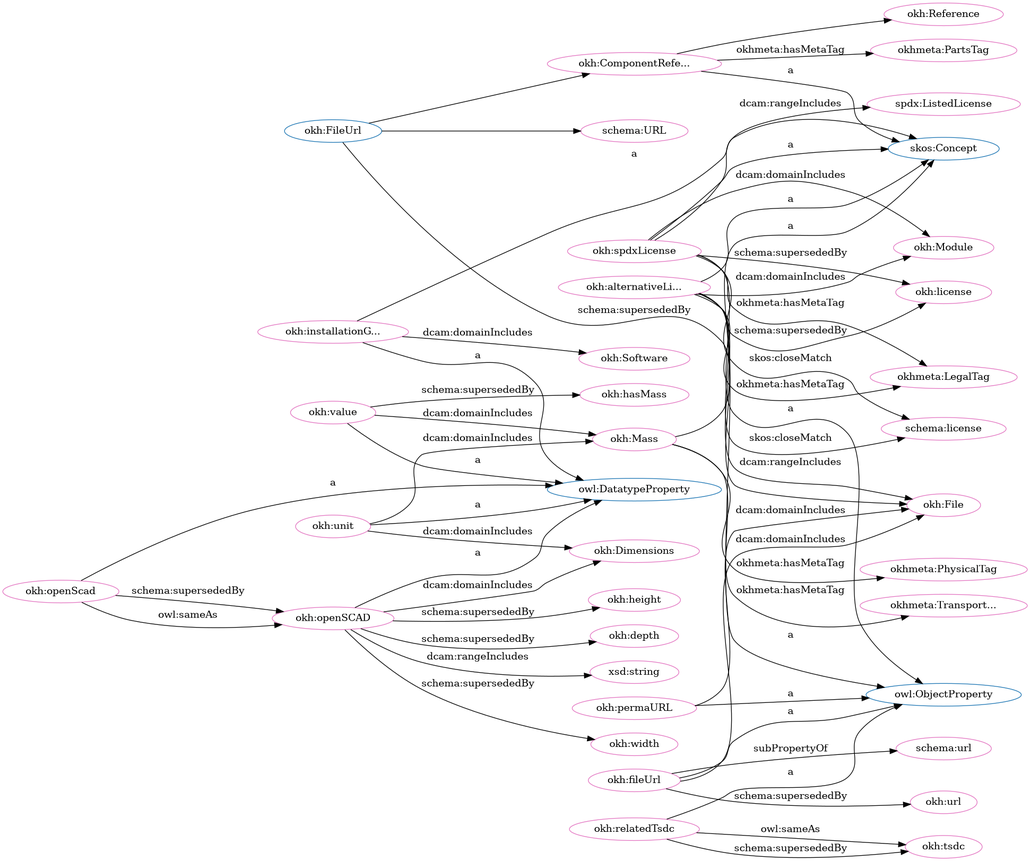
Above: src/spec/dot_okh_deprecated.png in iop-alliance/OpenKnowHow (Graphviz), before the change. Its source is kept beside it as src/spec/dot_okh_deprecated.dot.
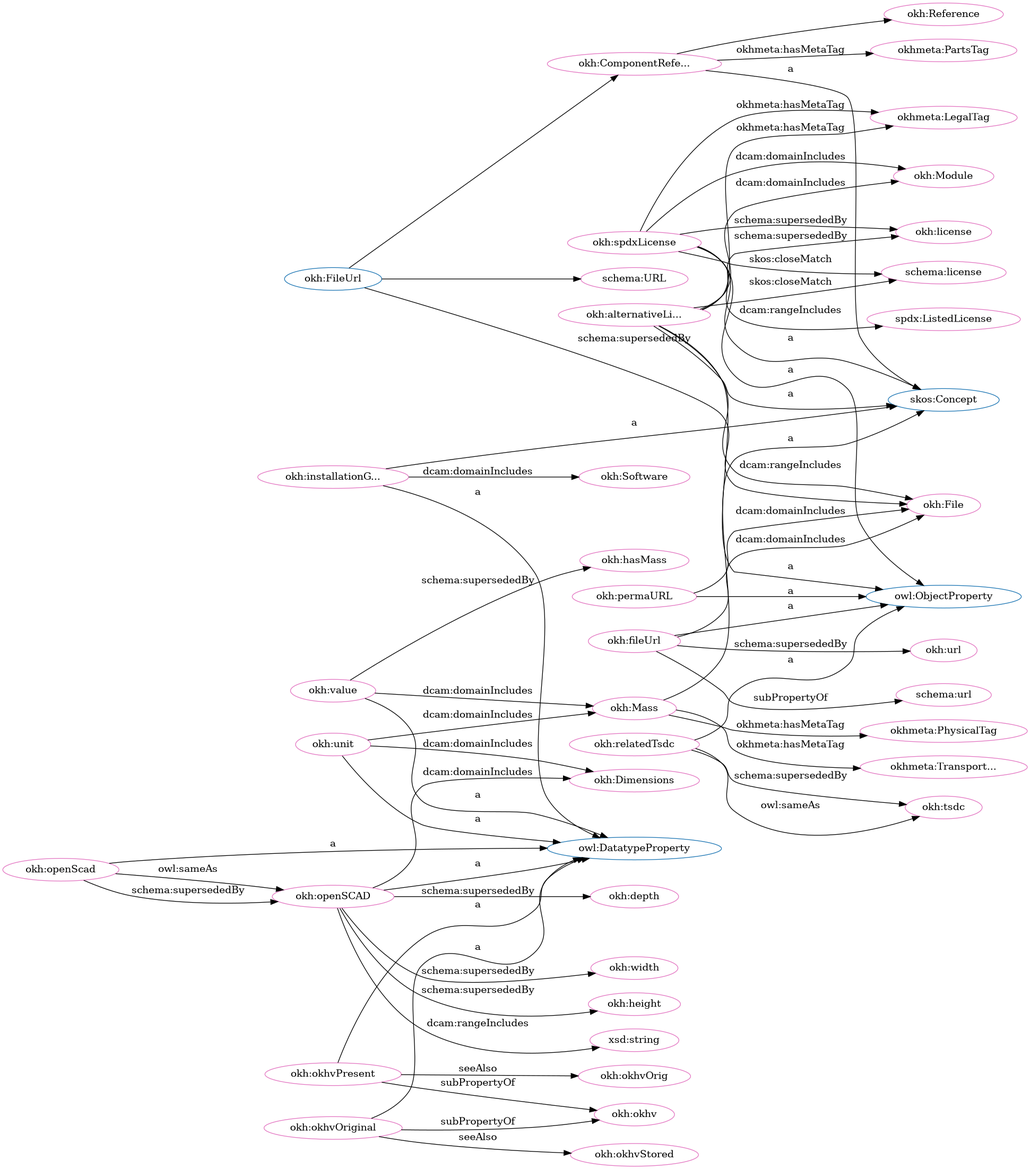
The same diagram one commit later.

Change to the diagram source:
```diff
@@ -1,95 +1,106 @@
 digraph G {
   rankdir=BT
   node[height=.3]
+"http://w3id.org/oseg/ont/okh#Mass" [fillcolor="#1f77b4" color="#1f77b4" label="okh:Mass"]
 "http://schema.org/URL" [fillcolor="#1f77b4" color="#1f77b4" label="schema:URL"]
 "http://www.w3.org/2002/07/owl#DatatypeProperty" [fillcolor="#1f77b4" color="#1f77b4" label="owl:DatatypeProperty"]
+"http://www.w3.org/2004/02/skos/core#Concept" [fillcolor="#1f77b4" color="#1f77b4" label="skos:Concept"]
+"http://w3id.org/oseg/ont/okh#ComponentReference" [fillcolor="#1f77b4" color="#1f77b4" label="okh:ComponentRefe..."]
+"http://www.w3.org/2002/07/owl#ObjectProperty" [fillcolor="#1f77b4" color="#1f77b4" label="owl:ObjectProperty"]
+"http://w3id.org/oseg/ont/okh#FileUrl" [fillcolor="#1f77b4" color="#1f77b4" label="okh:FileUrl"]
 "http://w3id.org/oseg/ont/okh#Reference" [fillcolor="#1f77b4" color="#1f77b4" label="okh:Reference"]
-"http://www.w3.org/2004/02/skos/core#Concept" [fillcolor="#1f77b4" color="#1f77b4" label="skos:Concept"]
-"http://www.w3.org/2002/07/owl#ObjectProperty" [fillcolor="#1f77b4" color="#1f77b4" label="owl:ObjectProperty"]
-"http://w3id.org/oseg/ont/okh#ComponentReference" [fillcolor="#1f77b4" color="#1f77b4" label="okh:ComponentRefe..."]
-"http://w3id.org/oseg/ont/okh#Mass" [fillcolor="#1f77b4" color="#1f77b4" label="okh:Mass"]
-"http://w3id.org/oseg/ont/okh#FileUrl" [fillcolor="#1f77b4" color="#1f77b4" label="okh:FileUrl"]
+"http://w3id.org/oseg/ont/okhmetaTransportationTag" [fillcolor="#e377c2" color="#e377c2" label="okhmeta:Transport..."]
+"http://w3id.org/oseg/ont/okh#ComponentReference" [fillcolor="#e377c2" color="#e377c2" label="okh:ComponentRefe..."]
+"http://spdx.org/rdf/terms#ListedLicense" [fillcolor="#e377c2" color="#e377c2" label="spdx:ListedLicense"]
+"http://w3id.org/oseg/ont/okh#permaURL" [fillcolor="#e377c2" color="#e377c2" label="okh:permaURL"]
+"http://w3id.org/oseg/ont/okh#hasMass" [fillcolor="#e377c2" color="#e377c2" label="okh:hasMass"]
+"http://w3id.org/oseg/ont/okh#url" [fillcolor="#e377c2" color="#e377c2" label="okh:url"]
+"http://w3id.org/oseg/ont/okh#value" [fillcolor="#e377c2" color="#e377c2" label="okh:value"]
+"http://w3id.org/oseg/ont/okh#openSCAD" [fillcolor="#e377c2" color="#e377c2" label="okh:openSCAD"]
+"http://w3id.org/oseg/ont/okh#okhvPresent" [fillcolor="#e377c2" color="#e377c2" label="okh:okhvPresent"]
+"http://schema.org/license" [fillcolor="#e377c2" color="#e377c2" label="schema:license"]
+"http://w3id.org/oseg/ont/okh#tsdc" [fillcolor="#e377c2" color="#e377c2" label="okh:tsdc"]
+"http://w3id.org/oseg/ont/okh#alternativeLicense" [fillcolor="#e377c2" color="#e377c2" label="okh:alternativeLi..."]
+"http://w3id.org/oseg/ont/okh#File" [fillcolor="#e377c2" color="#e377c2" label="okh:File"]
+"http://w3id.org/oseg/ont/okh#installationGuide" [fillcolor="#e377c2" color="#e377c2" label="okh:installationG..."]
+"http://w3id.org/oseg/ont/okh#okhvOriginal" [fillcolor="#e377c2" color="#e377c2" label="okh:okhvOriginal"]
 "http://schema.org/URL" [fillcolor="#e377c2" color="#e377c2" label="schema:URL"]
-"http://schema.org/url" [fillcolor="#e377c2" color="#e377c2" label="schema:url"]
 "http://w3id.org/oseg/ont/okh#Mass" [fillcolor="#e377c2" color="#e377c2" label="okh:Mass"]
 "http://w3id.org/oseg/ont/okh#spdxLicense" [fillcolor="#e377c2" color="#e377c2" label="okh:spdxLicense"]
+"http://w3id.org/oseg/ont/okh#fileUrl" [fillcolor="#e377c2" color="#e377c2" label="okh:fileUrl"]
+"http://schema.org/url" [fillcolor="#e377c2" color="#e377c2" label="schema:url"]
+"http://w3id.org/oseg/ont/okhmetaPhysicalTag" [fillcolor="#e377c2" color="#e377c2" label="okhmeta:PhysicalTag"]
+"http://w3id.org/oseg/ont/okhmetaPartsTag" [fillcolor="#e377c2" color="#e377c2" label="okhmeta:PartsTag"]
+"http://w3id.org/oseg/ont/okh#relatedTsdc" [fillcolor="#e377c2" color="#e377c2" label="okh:relatedTsdc"]
+"http://w3id.org/oseg/ont/okh#Module" [fillcolor="#e377c2" color="#e377c2" label="okh:Module"]
+"http://w3id.org/oseg/ont/okh#okhv" [fillcolor="#e377c2" color="#e377c2" label="okh:okhv"]
+"http://w3id.org/oseg/ont/okh#license" [fillcolor="#e377c2" color="#e377c2" label="okh:license"]
+"http://w3id.org/oseg/ont/okh#unit" [fillcolor="#e377c2" color="#e377c2" label="okh:unit"]
+"http://w3id.org/oseg/ont/okh#Reference" [fillcolor="#e377c2" color="#e377c2" label="okh:Reference"]
+"http://w3id.org/oseg/ont/okh#Dimensions" [fillcolor="#e377c2" color="#e377c2" label="okh:Dimensions"]
+"http://w3id.org/oseg/ont/okh#width" [fillcolor="#e377c2" color="#e377c2" label="okh:width"]
+"http://w3id.org/oseg/ont/okh#height" [fillcolor="#e377c2" color="#e377c2" label="okh:height"]
 "http://w3id.org/oseg/ont/okhmetaLegalTag" [fillcolor="#e377c2" color="#e377c2" label="okhmeta:LegalTag"]
-"http://w3id.org/oseg/ont/okh#license" [fillcolor="#e377c2" color="#e377c2" label="okh:license"]
-"http://w3id.org/oseg/ont/okh#openSCAD" [fillcolor="#e377c2" color="#e377c2" label="okh:openSCAD"]
-"http://w3id.org/oseg/ont/okh#permaURL" [fillcolor="#e377c2" color="#e377c2" label="okh:permaURL"]
-"http://w3id.org/oseg/ont/okh#ComponentReference" [fillcolor="#e377c2" color="#e377c2" label="okh:ComponentRefe..."]
-"http://w3id.org/oseg/ont/okh#Module" [fillcolor="#e377c2" color="#e377c2" label="okh:Module"]
-"http://w3id.org/oseg/ont/okh#installationGuide" [fillcolor="#e377c2" color="#e377c2" label="okh:installationG..."]
-"http://w3id.org/oseg/ont/okh#alternativeLicense" [fillcolor="#e377c2" color="#e377c2" label="okh:alternativeLi..."]
-"http://w3id.org/oseg/ont/okh#File" [fillcolor="#e377c2" color="#e377c2" label="okh:File"]
-"http://w3id.org/oseg/ont/okh#relatedTsdc" [fillcolor="#e377c2" color="#e377c2" label="okh:relatedTsdc"]
-"http://schema.org/license" [fillcolor="#e377c2" color="#e377c2" label="schema:license"]
+"http://w3id.org/oseg/ont/okh#okhvOrig" [fillcolor="#e377c2" color="#e377c2" label="okh:okhvOrig"]
+"http://w3id.org/oseg/ont/okh#Software" [fillcolor="#e377c2" color="#e377c2" label="okh:Software"]
+"http://www.w3.org/2001/XMLSchema#string" [fillcolor="#e377c2" color="#e377c2" label="xsd:string"]
+"http://w3id.org/oseg/ont/okh#okhvStored" [fillcolor="#e377c2" color="#e377c2" label="okh:okhvStored"]
+"http://w3id.org/oseg/ont/okh#depth" [fillcolor="#e377c2" color="#e377c2" label="okh:depth"]
 "http://w3id.org/oseg/ont/okh#openScad" [fillcolor="#e377c2" color="#e377c2" label="okh:openScad"]
-"http://w3id.org/oseg/ont/okh#tsdc" [fillcolor="#e377c2" color="#e377c2" label="okh:tsdc"]
-"http://w3id.org/oseg/ont/okhmetaTransportationTag" [fillcolor="#e377c2" color="#e377c2" label="okhmeta:Transport..."]
-"http://w3id.org/oseg/ont/okh#Dimensions" [fillcolor="#e377c2" color="#e377c2" label="okh:Dimensions"]
-"http://w3id.org/oseg/ont/okhmetaPartsTag" [fillcolor="#e377c2" color="#e377c2" label="okhmeta:PartsTag"]
-"http://w3id.org/oseg/ont/okh#Reference" [fillcolor="#e377c2" color="#e377c2" label="okh:Reference"]
-"http://w3id.org/oseg/ont/okh#unit" [fillcolor="#e377c2" color="#e377c2" label="okh:unit"]
-"http://www.w3.org/2001/XMLSchema#string" [fillcolor="#e377c2" color="#e377c2" label="xsd:string"]
-"http://w3id.org/oseg/ont/okh#url" [fillcolor="#e377c2" color="#e377c2" label="okh:url"]
-"http://w3id.org/oseg/ont/okh#width" [fillcolor="#e377c2" color="#e377c2" label="okh:width"]
-"http://w3id.org/oseg/ont/okh#fileUrl" [fillcolor="#e377c2" color="#e377c2" label="okh:fileUrl"]
-"http://w3id.org/oseg/ont/okh#hasMass" [fillcolor="#e377c2" color="#e377c2" label="okh:hasMass"]
-"http://w3id.org/oseg/ont/okh#height" [fillcolor="#e377c2" color="#e377c2" label="okh:height"]
-"http://w3id.org/oseg/ont/okh#Software" [fillcolor="#e377c2" color="#e377c2" label="okh:Software"]
-"http://w3id.org/oseg/ont/okh#value" [fillcolor="#e377c2" color="#e377c2" label="okh:value"]
-"http://w3id.org/oseg/ont/okhmetaPhysicalTag" [fillcolor="#e377c2" color="#e377c2" label="okhmeta:PhysicalTag"]
-"http://spdx.org/rdf/terms#ListedLicense" [fillcolor="#e377c2" color="#e377c2" label="spdx:ListedLicense"]
-"http://w3id.org/oseg/ont/okh#depth" [fillcolor="#e377c2" color="#e377c2" label="okh:depth"]
+  "http://w3id.org/oseg/ont/okh#ComponentReference" -> "http://www.w3.org/2004/02/skos/core#Concept" [label="a"]
+  "http://w3id.org/oseg/ont/okh#Mass" -> "http://w3id.org/oseg/ont/okhmetaTransportationTag" [label="okhmeta:hasMetaTag"]
+  "http://w3id.org/oseg/ont/okh#spdxLicense" -> "http://spdx.org/rdf/terms#ListedLicense" [label="dcam:rangeIncludes"]
+  "http://w3id.org/oseg/ont/okh#permaURL" -> "http://www.w3.org/2002/07/owl#ObjectProperty" [label="a"]
+  "http://w3id.org/oseg/ont/okh#value" -> "http://w3id.org/oseg/ont/okh#hasMass" [label="schema:supersededBy"]
+  "http://w3id.org/oseg/ont/okh#fileUrl" -> "http://w3id.org/oseg/ont/okh#url" [label="schema:supersededBy"]
+  "http://w3id.org/oseg/ont/okh#value" -> "http://www.w3.org/2002/07/owl#DatatypeProperty" [label="a"]
+  "http://w3id.org/oseg/ont/okh#openScad" -> "http://w3id.org/oseg/ont/okh#openSCAD" [label="schema:supersededBy"]
+  "http://w3id.org/oseg/ont/okh#okhvPresent" -> "http://www.w3.org/2002/07/owl#DatatypeProperty" [label="a"]
+  "http://w3id.org/oseg/ont/okh#alternativeLicense" -> "http://schema.org/license" [label="skos:closeMatch"]
+  "http://w3id.org/oseg/ont/okh#relatedTsdc" -> "http://w3id.org/oseg/ont/okh#tsdc" [label="owl:sameAs"]
+  "http://w3id.org/oseg/ont/okh#alternativeLicense" -> "http://www.w3.org/2004/02/skos/core#Concept" [label="a"]
+  "http://w3id.org/oseg/ont/okh#openSCAD" -> "http://www.w3.org/2002/07/owl#DatatypeProperty" [label="a"]
+  "http://w3id.org/oseg/ont/okh#alternativeLicense" -> "http://w3id.org/oseg/ont/okh#File" [label="dcam:rangeIncludes"]
+  "http://w3id.org/oseg/ont/okh#installationGuide" -> "http://www.w3.org/2004/02/skos/core#Concept" [label="a"]
+  "http://w3id.org/oseg/ont/okh#okhvOriginal" -> "http://www.w3.org/2002/07/owl#DatatypeProperty" [label="a"]
+  "http://w3id.org/oseg/ont/okh#relatedTsdc" -> "http://w3id.org/oseg/ont/okh#tsdc" [label="schema:supersededBy"]
   "http://w3id.org/oseg/ont/okh#FileUrl" -> "http://schema.org/URL" [label=""]
+  "http://w3id.org/oseg/ont/okh#value" -> "http://w3id.org/oseg/ont/okh#Mass" [label="dcam:domainIncludes"]
+  "http://w3id.org/oseg/ont/okh#spdxLicense" -> "http://www.w3.org/2002/07/owl#ObjectProperty" [label="a"]
+  "http://w3id.org/oseg/ont/okh#fileUrl" -> "http://www.w3.org/2002/07/owl#ObjectProperty" [label="a"]
   "http://w3id.org/oseg/ont/okh#fileUrl" -> "http://schema.org/url" [label="subPropertyOf"]
+  "http://w3id.org/oseg/ont/okh#Mass" -> "http://w3id.org/oseg/ont/okhmetaPhysicalTag" [label="okhmeta:hasMetaTag"]
+  "http://w3id.org/oseg/ont/okh#permaURL" -> "http://w3id.org/oseg/ont/okh#File" [label="dcam:domainIncludes"]
+  "http://w3id.org/oseg/ont/okh#ComponentReference" -> "http://w3id.org/oseg/ont/okhmetaPartsTag" [label="okhmeta:hasMetaTag"]
+  "http://w3id.org/oseg/ont/okh#relatedTsdc" -> "http://www.w3.org/2002/07/owl#ObjectProperty" [label="a"]
+  "http://w3id.org/oseg/ont/okh#okhvOriginal" -> "http://w3id.org/oseg/ont/okh#okhv" [label="subPropertyOf"]
+  "http://w3id.org/oseg/ont/okh#spdxLicense" -> "http://w3id.org/oseg/ont/okh#Module" [label="dcam:domainIncludes"]
+  "http://w3id.org/oseg/ont/okh#alternativeLicense" -> "http://w3id.org/oseg/ont/okh#license" [label="schema:supersededBy"]
+  "http://w3id.org/oseg/ont/okh#unit" -> "http://www.w3.org/2002/07/owl#DatatypeProperty" [label="a"]
+  "http://w3id.org/oseg/ont/okh#alternativeLicense" -> "http://www.w3.org/2002/07/owl#ObjectProperty" [label="a"]
+  "http://w3id.org/oseg/ont/okh#installationGuide" -> "http://www.w3.org/2002/07/owl#DatatypeProperty" [label="a"]
+  "http://w3id.org/oseg/ont/okh#ComponentReference" -> "http://w3id.org/oseg/ont/okh#Reference" [label=""]
+  "http://w3id.org/oseg/ont/okh#openSCAD" -> "http://w3id.org/oseg/ont/okh#Dimensions" [label="dcam:domainIncludes"]
+  "http://w3id.org/oseg/ont/okh#openSCAD" -> "http://w3id.org/oseg/ont/okh#width" [label="schema:supersededBy"]
+  "http://w3id.org/oseg/ont/okh#spdxLicense" -> "http://w3id.org/oseg/ont/okh#license" [label="schema:supersededBy"]
+  "http://w3id.org/oseg/ont/okh#alternativeLicense" -> "http://w3id.org/oseg/ont/okh#Module" [label="dcam:domainIncludes"]
+  "http://w3id.org/oseg/ont/okh#openSCAD" -> "http://w3id.org/oseg/ont/okh#height" [label="schema:supersededBy"]
+  "http://w3id.org/oseg/ont/okh#spdxLicense" -> "http://schema.org/license" [label="skos:closeMatch"]
+  "http://w3id.org/oseg/ont/okh#FileUrl" -> "http://w3id.org/oseg/ont/okh#ComponentReference" [label=""]
+  "http://w3id.org/oseg/ont/okh#spdxLicense" -> "http://w3id.org/oseg/ont/okhmetaLegalTag" [label="okhmeta:hasMetaTag"]
+  "http://w3id.org/oseg/ont/okh#spdxLicense" -> "http://www.w3.org/2004/02/skos/core#Concept" [label="a"]
+  "http://w3id.org/oseg/ont/okh#okhvPresent" -> "http://w3id.org/oseg/ont/okh#okhvOrig" [label="seeAlso"]
+  "http://w3id.org/oseg/ont/okh#installationGuide" -> "http://w3id.org/oseg/ont/okh#Software" [label="dcam:domainIncludes"]
+  "http://w3id.org/oseg/ont/okh#openSCAD" -> "http://www.w3.org/2001/XMLSchema#string" [label="dcam:rangeIncludes"]
+  "http://w3id.org/oseg/ont/okh#FileUrl" -> "http://w3id.org/oseg/ont/okh#File" [label="schema:supersededBy"]
+  "http://w3id.org/oseg/ont/okh#okhvPresent" -> "http://w3id.org/oseg/ont/okh#okhv" [label="subPropertyOf"]
+  "http://w3id.org/oseg/ont/okh#unit" -> "http://w3id.org/oseg/ont/okh#Mass" [label="dcam:domainIncludes"]
+  "http://w3id.org/oseg/ont/okh#fileUrl" -> "http://w3id.org/oseg/ont/okh#File" [label="dcam:domainIncludes"]
   "http://w3id.org/oseg/ont/okh#alternativeLicense" -> "http://w3id.org/oseg/ont/okhmetaLegalTag" [label="okhmeta:hasMetaTag"]
-  "http://w3id.org/oseg/ont/okh#spdxLicense" -> "http://www.w3.org/2004/02/skos/core#Concept" [label="a"]
-  "http://w3id.org/oseg/ont/okh#alternativeLicense" -> "http://w3id.org/oseg/ont/okh#license" [label="schema:supersededBy"]
-  "http://w3id.org/oseg/ont/okh#permaURL" -> "http://w3id.org/oseg/ont/okh#File" [label="dcam:domainIncludes"]
-  "http://w3id.org/oseg/ont/okh#fileUrl" -> "http://w3id.org/oseg/ont/okh#File" [label="dcam:domainIncludes"]
-  "http://w3id.org/oseg/ont/okh#FileUrl" -> "http://w3id.org/oseg/ont/okh#File" [label="schema:supersededBy"]
-  "http://w3id.org/oseg/ont/okh#Mass" -> "http://w3id.org/oseg/ont/okhmetaTransportationTag" [label="okhmeta:hasMetaTag"]
-  "http://w3id.org/oseg/ont/okh#ComponentReference" -> "http://w3id.org/oseg/ont/okhmetaPartsTag" [label="okhmeta:hasMetaTag"]
-  "http://w3id.org/oseg/ont/okh#ComponentReference" -> "http://w3id.org/oseg/ont/okh#Reference" [label=""]
-  "http://w3id.org/oseg/ont/okh#unit" -> "http://www.w3.org/2002/07/owl#DatatypeProperty" [label="a"]
-  "http://w3id.org/oseg/ont/okh#alternativeLicense" -> "http://www.w3.org/2004/02/skos/core#Concept" [label="a"]
-  "http://w3id.org/oseg/ont/okh#openSCAD" -> "http://w3id.org/oseg/ont/okh#width" [label="schema:supersededBy"]
-  "http://w3id.org/oseg/ont/okh#fileUrl" -> "http://www.w3.org/2002/07/owl#ObjectProperty" [label="a"]
-  "http://w3id.org/oseg/ont/okh#openSCAD" -> "http://w3id.org/oseg/ont/okh#height" [label="schema:supersededBy"]
-  "http://w3id.org/oseg/ont/okh#spdxLicense" -> "http://w3id.org/oseg/ont/okhmetaLegalTag" [label="okhmeta:hasMetaTag"]
-  "http://w3id.org/oseg/ont/okh#installationGuide" -> "http://w3id.org/oseg/ont/okh#Software" [label="dcam:domainIncludes"]
-  "http://w3id.org/oseg/ont/okh#value" -> "http://www.w3.org/2002/07/owl#DatatypeProperty" [label="a"]
-  "http://w3id.org/oseg/ont/okh#spdxLicense" -> "http://www.w3.org/2002/07/owl#ObjectProperty" [label="a"]
+  "http://w3id.org/oseg/ont/okh#openScad" -> "http://w3id.org/oseg/ont/okh#openSCAD" [label="owl:sameAs"]
+  "http://w3id.org/oseg/ont/okh#okhvOriginal" -> "http://w3id.org/oseg/ont/okh#okhvStored" [label="seeAlso"]
   "http://w3id.org/oseg/ont/okh#unit" -> "http://w3id.org/oseg/ont/okh#Dimensions" [label="dcam:domainIncludes"]
-  "http://w3id.org/oseg/ont/okh#unit" -> "http://w3id.org/oseg/ont/okh#Mass" [label="dcam:domainIncludes"]
-  "http://w3id.org/oseg/ont/okh#spdxLicense" -> "http://spdx.org/rdf/terms#ListedLicense" [label="dcam:rangeIncludes"]
-  "http://w3id.org/oseg/ont/okh#ComponentReference" -> "http://www.w3.org/2004/02/skos/core#Concept" [label="a"]
+  "http://w3id.org/oseg/ont/okh#Mass" -> "http://www.w3.org/2004/02/skos/core#Concept" [label="a"]
   "http://w3id.org/oseg/ont/okh#openSCAD" -> "http://w3id.org/oseg/ont/okh#depth" [label="schema:supersededBy"]
-  "http://w3id.org/oseg/ont/okh#value" -> "http://w3id.org/oseg/ont/okh#Mass" [label="dcam:domainIncludes"]
-  "http://w3id.org/oseg/ont/okh#openScad" -> "http://w3id.org/oseg/ont/okh#openSCAD" [label="schema:supersededBy"]
-  "http://w3id.org/oseg/ont/okh#permaURL" -> "http://www.w3.org/2002/07/owl#ObjectProperty" [label="a"]
-  "http://w3id.org/oseg/ont/okh#FileUrl" -> "http://w3id.org/oseg/ont/okh#ComponentReference" [label=""]
-  "http://w3id.org/oseg/ont/okh#spdxLicense" -> "http://w3id.org/oseg/ont/okh#Module" [label="dcam:domainIncludes"]
-  "http://w3id.org/oseg/ont/okh#installationGuide" -> "http://www.w3.org/2002/07/owl#DatatypeProperty" [label="a"]
-  "http://w3id.org/oseg/ont/okh#alternativeLicense" -> "http://www.w3.org/2002/07/owl#ObjectProperty" [label="a"]
-  "http://w3id.org/oseg/ont/okh#relatedTsdc" -> "http://www.w3.org/2002/07/owl#ObjectProperty" [label="a"]
-  "http://w3id.org/oseg/ont/okh#installationGuide" -> "http://www.w3.org/2004/02/skos/core#Concept" [label="a"]
-  "http://w3id.org/oseg/ont/okh#spdxLicense" -> "http://schema.org/license" [label="skos:closeMatch"]
   "http://w3id.org/oseg/ont/okh#openScad" -> "http://www.w3.org/2002/07/owl#DatatypeProperty" [label="a"]
-  "http://w3id.org/oseg/ont/okh#relatedTsdc" -> "http://w3id.org/oseg/ont/okh#tsdc" [label="owl:sameAs"]
-  "http://w3id.org/oseg/ont/okh#alternativeLicense" -> "http://w3id.org/oseg/ont/okh#File" [label="dcam:rangeIncludes"]
-  "http://w3id.org/oseg/ont/okh#openScad" -> "http://w3id.org/oseg/ont/okh#openSCAD" [label="owl:sameAs"]
-  "http://w3id.org/oseg/ont/okh#openSCAD" -> "http://w3id.org/oseg/ont/okh#Dimensions" [label="dcam:domainIncludes"]
-  "http://w3id.org/oseg/ont/okh#openSCAD" -> "http://www.w3.org/2001/XMLSchema#string" [label="dcam:rangeIncludes"]
-  "http://w3id.org/oseg/ont/okh#fileUrl" -> "http://w3id.org/oseg/ont/okh#url" [label="schema:supersededBy"]
-  "http://w3id.org/oseg/ont/okh#alternativeLicense" -> "http://w3id.org/oseg/ont/okh#Module" [label="dcam:domainIncludes"]
-  "http://w3id.org/oseg/ont/okh#value" -> "http://w3id.org/oseg/ont/okh#hasMass" [label="schema:supersededBy"]
-  "http://w3id.org/oseg/ont/okh#relatedTsdc" -> "http://w3id.org/oseg/ont/okh#tsdc" [label="schema:supersededBy"]
-  "http://w3id.org/oseg/ont/okh#spdxLicense" -> "http://w3id.org/oseg/ont/okh#license" [label="schema:supersededBy"]
-  "http://w3id.org/oseg/ont/okh#openSCAD" -> "http://www.w3.org/2002/07/owl#DatatypeProperty" [label="a"]
-  "http://w3id.org/oseg/ont/okh#Mass" -> "http://www.w3.org/2004/02/skos/core#Concept" [label="a"]
-  "http://w3id.org/oseg/ont/okh#alternativeLicense" -> "http://schema.org/license" [label="skos:closeMatch"]
-  "http://w3id.org/oseg/ont/okh#Mass" -> "http://w3id.org/oseg/ont/okhmetaPhysicalTag" [label="okhmeta:hasMetaTag"]
 }
```
